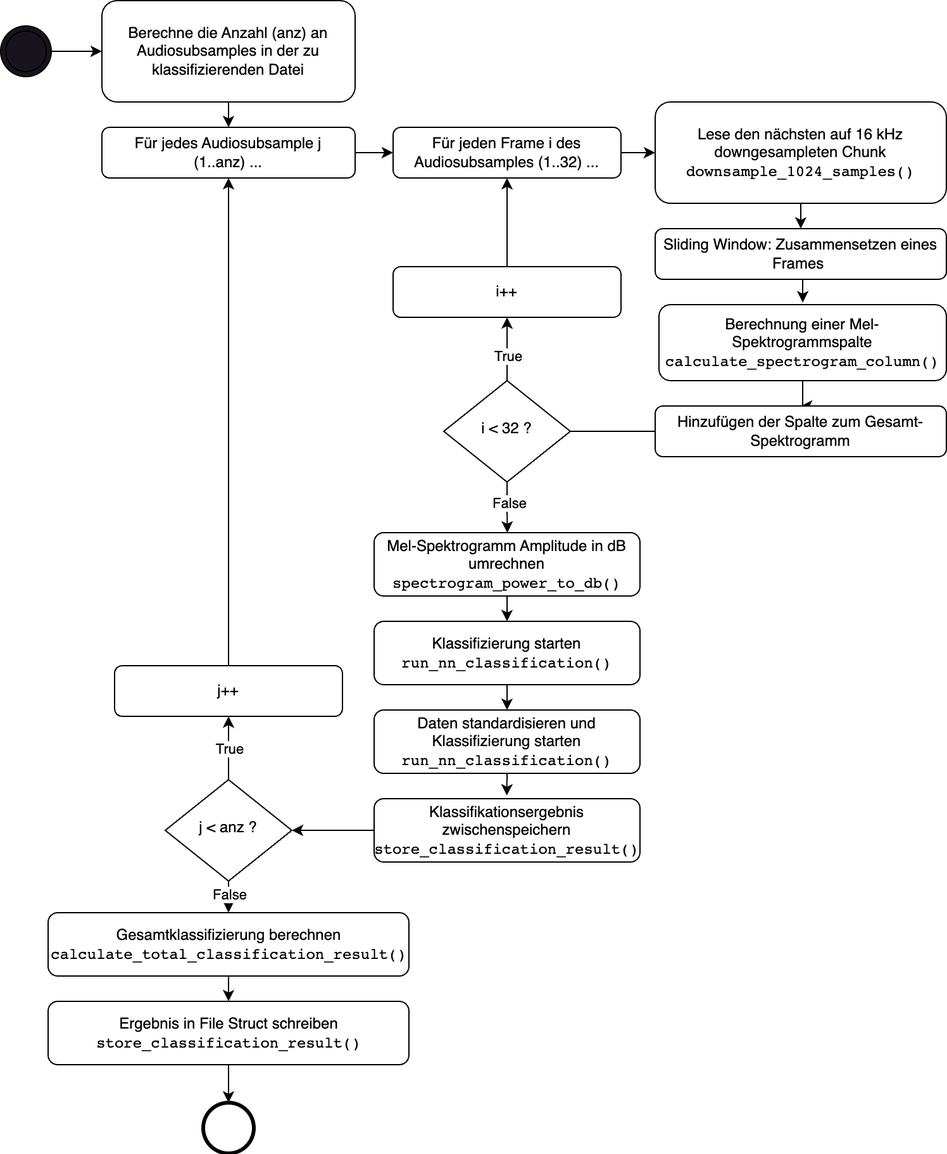
This is doc/tex/images/08_durchfuehrung/nn/ablauf_klassifizierung_c.png from Shimizip/Intelligent-Magic-Audio, a draw.io export, as it was before one commit. Source tidied: cells renumbered, new cells last; positions are measured from the earlier drawing's top-left corner, leaving out a move shared by most shapes.
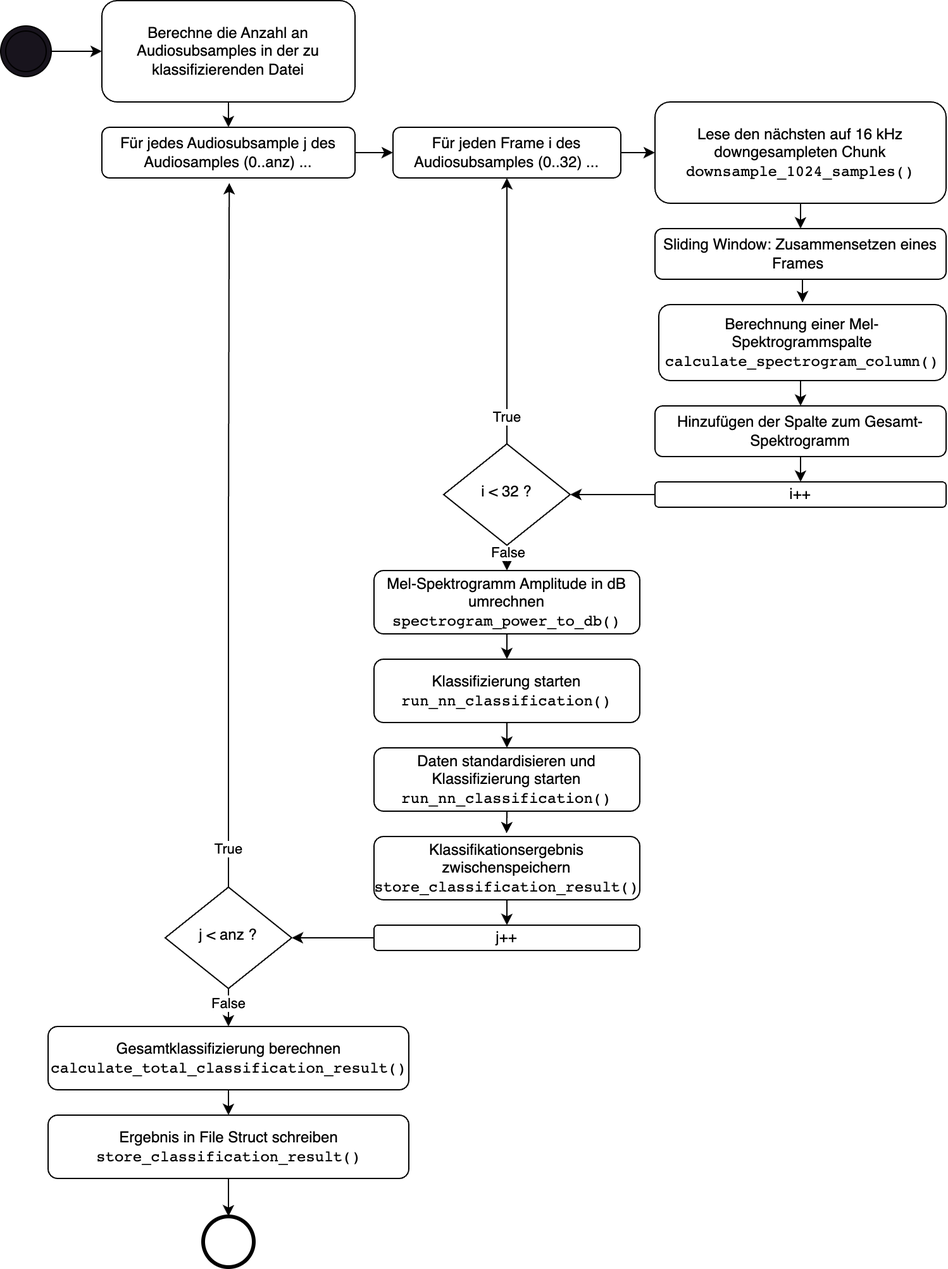
After the commit.

Commit message:
kleinere aenderungen und bild ausgetauscht

Diff of the diagram source:
```diff
@@ -20,16 +20,16 @@
     <mxCell id="7" style="edgeStyle=orthogonalEdgeStyle;rounded=0;jettySize=auto;html=1;exitX=0.5;exitY=1;exitDx=0;exitDy=0;entryX=0.5;entryY=0;entryDx=0;entryDy=0;" parent="1" edge="1" source="8" target="10">
       <mxGeometry relative="1" as="geometry" />
     </mxCell>
-    <mxCell id="8" value="Berechne die Anzahl (anz) an Audiosubsamples in der zu klassifizierenden Datei" style="rounded=1;whiteSpace=wrap;html=1;fontSize=12;glass=0;strokeWidth=1;shadow=0;" parent="1" vertex="1">
+    <mxCell id="8" value="Berechne die Anzahl an Audiosubsamples in der zu klassifizierenden Datei" style="rounded=1;whiteSpace=wrap;html=1;fontSize=12;glass=0;strokeWidth=1;shadow=0;" parent="1" vertex="1">
       <mxGeometry x="80" width="200" height="80" as="geometry" />
     </mxCell>
     <mxCell id="9" style="edgeStyle=orthogonalEdgeStyle;rounded=0;jettySize=auto;html=1;exitX=1;exitY=0.5;exitDx=0;exitDy=0;entryX=0;entryY=0.5;entryDx=0;entryDy=0;" parent="1" edge="1" source="10" target="14">
       <mxGeometry relative="1" as="geometry" />
     </mxCell>
-    <mxCell id="10" value="Für jedes Audiosubsample j&lt;br&gt;(1..anz) ..." style="rounded=1;whiteSpace=wrap;html=1;fontSize=12;glass=0;strokeWidth=1;shadow=0;" parent="1" vertex="1">
+    <mxCell id="10" value="Für jedes Audiosubsample j des Audiosamples (0..anz) ..." style="rounded=1;whiteSpace=wrap;html=1;fontSize=12;glass=0;strokeWidth=1;shadow=0;" parent="1" vertex="1">
       <mxGeometry x="80" y="100" width="200" height="40" as="geometry" />
     </mxCell>
-    <mxCell id="11" style="edgeStyle=orthogonalEdgeStyle;rounded=0;jettySize=auto;html=1;exitX=0.5;exitY=1;exitDx=0;exitDy=0;" parent="1" edge="1" source="12" target="15">
+    <mxCell id="11" style="edgeStyle=orthogonalEdgeStyle;rounded=0;jettySize=auto;html=1;exitX=0.5;exitY=1;exitDx=0;exitDy=0;entryX=0.5;entryY=0;entryDx=0;entryDy=0;" parent="1" edge="1" source="12" target="15">
       <mxGeometry relative="1" as="geometry" />
     </mxCell>
     <mxCell id="12" value="Berechnung einer Mel-Spektrogrammspalte&lt;br&gt;&lt;code style=&quot;caret-color: rgb(0, 0, 0); text-align: start;&quot;&gt;calculate_spectrogram_column()&lt;/code&gt;" style="rounded=1;whiteSpace=wrap;html=1;fontSize=12;glass=0;strokeWidth=1;shadow=0;" parent="1" vertex="1">
@@ -38,54 +38,49 @@
     <mxCell id="13" style="edgeStyle=orthogonalEdgeStyle;rounded=0;jettySize=auto;html=1;exitX=1;exitY=0.5;exitDx=0;exitDy=0;entryX=0;entryY=0.5;entryDx=0;entryDy=0;" parent="1" edge="1" source="14" target="5">
       <mxGeometry relative="1" as="geometry" />
     </mxCell>
-    <mxCell id="14" value="Für jeden Frame i des Audiosubsamples (1..32) ..." style="rounded=1;whiteSpace=wrap;html=1;fontSize=12;glass=0;strokeWidth=1;shadow=0;" parent="1" vertex="1">
+    <mxCell id="14" value="Für jeden Frame i des Audiosubsamples (0..32) ..." style="rounded=1;whiteSpace=wrap;html=1;fontSize=12;glass=0;strokeWidth=1;shadow=0;" parent="1" vertex="1">
       <mxGeometry x="310" y="100" width="180" height="40" as="geometry" />
     </mxCell>
+    <mxCell id="44" style="edgeStyle=orthogonalEdgeStyle;rounded=0;jettySize=auto;html=1;exitX=0.5;exitY=1;exitDx=0;exitDy=0;entryX=0.5;entryY=0;entryDx=0;entryDy=0;" parent="1" edge="1" source="15" target="41">
+      <mxGeometry relative="1" as="geometry" />
+    </mxCell>
     <mxCell id="15" value="Hinzufügen der Spalte zum Gesamt-Spektrogramm" style="rounded=1;whiteSpace=wrap;html=1;fontSize=12;glass=0;strokeWidth=1;shadow=0;" parent="1" vertex="1">
       <mxGeometry x="517" y="320" width="230" height="40" as="geometry" />
     </mxCell>
     <mxCell id="16" style="edgeStyle=orthogonalEdgeStyle;rounded=0;jettySize=auto;html=1;exitX=0.5;exitY=1;exitDx=0;exitDy=0;entryX=0.5;entryY=-0.028;entryDx=0;entryDy=0;entryPerimeter=0;" parent="1" edge="1" source="6" target="12">
       <mxGeometry relative="1" as="geometry" />
     </mxCell>
-    <mxCell id="17" style="edgeStyle=orthogonalEdgeStyle;rounded=0;jettySize=auto;html=1;exitX=0;exitY=0.5;exitDx=0;exitDy=0;entryX=0.5;entryY=1;entryDx=0;entryDy=0;" parent="1" edge="1" source="15" target="41">
+    <mxCell id="17" style="edgeStyle=orthogonalEdgeStyle;rounded=0;jettySize=auto;html=1;exitX=0.5;exitY=0;exitDx=0;exitDy=0;entryX=0.5;entryY=1;entryDx=0;entryDy=0;" parent="1" edge="1" source="21" target="14">
       <mxGeometry relative="1" as="geometry" />
     </mxCell>
     <mxCell id="18" value="True" style="edgeLabel;html=1;align=center;verticalAlign=middle;" parent="17" vertex="1">
       <mxGeometry x="0.31" y="2" relative="1" as="geometry">
-        <mxPoint x="2" y="-41" as="offset" />
+        <mxPoint x="2" y="117" as="offset" />
       </mxGeometry>
     </mxCell>
-    <mxCell id="19" style="edgeStyle=orthogonalEdgeStyle;rounded=0;jettySize=auto;html=1;exitX=0.5;exitY=1;exitDx=0;exitDy=0;" parent="1" edge="1" source="21">
-      <mxGeometry relative="1" as="geometry">
-        <mxPoint x="400.2" y="420" as="targetPoint" />
-      </mxGeometry>
-    </mxCell>
-    <mxCell id="20" value="False" style="edgeLabel;html=1;align=center;verticalAlign=middle;" parent="19" vertex="1">
-      <mxGeometry x="-0.21" y="1" relative="1" as="geometry" />
-    </mxCell>
-    <mxCell id="21" value="i &amp;lt; 32 ?" style="rhombus;whiteSpace=wrap;html=1;shadow=0;fontFamily=Helvetica;fontSize=12;align=center;strokeWidth=1;spacing=6;spacingTop=-4;" parent="1" vertex="1">
-      <mxGeometry x="350" y="300" width="100" height="80" as="geometry" />
-    </mxCell>
     <mxCell id="22" style="edgeStyle=orthogonalEdgeStyle;rounded=0;jettySize=auto;html=1;exitX=0.5;exitY=1;exitDx=0;exitDy=0;entryX=0.5;entryY=0;entryDx=0;entryDy=0;" parent="1" edge="1" source="23" target="25">
       <mxGeometry relative="1" as="geometry" />
     </mxCell>
     <mxCell id="23" value="Mel-Spektrogramm Amplitude in dB umrechnen&lt;br&gt;&lt;code style=&quot;caret-color: rgb(0, 0, 0); text-align: start;&quot;&gt;spectrogram_power_to_db()&lt;/code&gt;" style="rounded=1;whiteSpace=wrap;html=1;fontSize=12;glass=0;strokeWidth=1;shadow=0;" parent="1" vertex="1">
-      <mxGeometry x="295" y="420" width="210" height="50" as="geometry" />
+      <mxGeometry x="295" y="450" width="210" height="50" as="geometry" />
     </mxCell>
     <mxCell id="24" style="edgeStyle=orthogonalEdgeStyle;rounded=0;jettySize=auto;html=1;exitX=0.5;exitY=1;exitDx=0;exitDy=0;entryX=0.5;entryY=0;entryDx=0;entryDy=0;" parent="1" edge="1" source="25" target="26">
       <mxGeometry relative="1" as="geometry" />
     </mxCell>
     <mxCell id="25" value="Klassifizierung starten&lt;br&gt;&lt;code style=&quot;caret-color: rgb(0, 0, 0); text-align: start;&quot;&gt;run_nn_classification()&lt;/code&gt;" style="rounded=1;whiteSpace=wrap;html=1;fontSize=12;glass=0;strokeWidth=1;shadow=0;" parent="1" vertex="1">
-      <mxGeometry x="295" y="490" width="210" height="50" as="geometry" />
+      <mxGeometry x="295" y="520" width="210" height="50" as="geometry" />
     </mxCell>
     <mxCell id="26" value="Daten standardisieren und Klassifizierung starten&lt;br&gt;&lt;code style=&quot;caret-color: rgb(0, 0, 0); text-align: start;&quot;&gt;run_nn_classification()&lt;/code&gt;" style="rounded=1;whiteSpace=wrap;html=1;fontSize=12;glass=0;strokeWidth=1;shadow=0;" parent="1" vertex="1">
-      <mxGeometry x="295" y="560" width="210" height="50" as="geometry" />
+      <mxGeometry x="295" y="590" width="210" height="50" as="geometry" />
     </mxCell>
-    <mxCell id="27" style="edgeStyle=orthogonalEdgeStyle;rounded=0;jettySize=auto;html=1;exitX=0;exitY=0.5;exitDx=0;exitDy=0;entryX=1;entryY=0.5;entryDx=0;entryDy=0;" parent="1" edge="1" source="28" target="32">
+    <mxCell id="27" style="edgeStyle=orthogonalEdgeStyle;rounded=0;jettySize=auto;html=1;exitX=0;exitY=0.5;exitDx=0;exitDy=0;entryX=1;entryY=0.5;entryDx=0;entryDy=0;" parent="1" edge="1" source="43" target="32">
       <mxGeometry relative="1" as="geometry" />
     </mxCell>
+    <mxCell id="45" style="edgeStyle=orthogonalEdgeStyle;rounded=0;jettySize=auto;html=1;exitX=0.5;exitY=1;exitDx=0;exitDy=0;entryX=0.5;entryY=0;entryDx=0;entryDy=0;" parent="1" edge="1" source="28" target="43">
+      <mxGeometry relative="1" as="geometry" />
+    </mxCell>
     <mxCell id="28" value="Klassifikationsergebnis zwischenspeichern&lt;br&gt;&lt;code style=&quot;caret-color: rgb(0, 0, 0); text-align: start;&quot;&gt;store_classification_result()&lt;/code&gt;" style="rounded=1;whiteSpace=wrap;html=1;fontSize=12;glass=0;strokeWidth=1;shadow=0;" parent="1" vertex="1">
-      <mxGeometry x="295" y="630" width="210" height="50" as="geometry" />
+      <mxGeometry x="295" y="660" width="210" height="50" as="geometry" />
     </mxCell>
     <mxCell id="29" style="edgeStyle=orthogonalEdgeStyle;rounded=0;jettySize=auto;html=1;exitX=0.5;exitY=1;exitDx=0;exitDy=0;entryX=0.499;entryY=-0.049;entryDx=0;entryDy=0;entryPerimeter=0;" parent="1" edge="1" source="26" target="28">
       <mxGeometry relative="1" as="geometry" />
@@ -97,42 +92,48 @@
       <mxGeometry x="-0.23" relative="1" as="geometry" />
     </mxCell>
     <mxCell id="32" value="j &amp;lt; anz ?" style="rhombus;whiteSpace=wrap;html=1;shadow=0;fontFamily=Helvetica;fontSize=12;align=center;strokeWidth=1;spacing=6;spacingTop=-4;" parent="1" vertex="1">
-      <mxGeometry x="130" y="615" width="100" height="80" as="geometry" />
+      <mxGeometry x="130" y="700" width="100" height="80" as="geometry" />
     </mxCell>
-    <mxCell id="33" style="edgeStyle=orthogonalEdgeStyle;rounded=0;jettySize=auto;html=1;exitX=0.5;exitY=0;exitDx=0;exitDy=0;entryX=0.5;entryY=1;entryDx=0;entryDy=0;" parent="1" edge="1" source="32" target="43">
+    <mxCell id="33" style="edgeStyle=orthogonalEdgeStyle;rounded=0;jettySize=auto;html=1;exitX=0.5;exitY=0;exitDx=0;exitDy=0;entryX=0.503;entryY=1.1;entryDx=0;entryDy=0;entryPerimeter=0;" parent="1" edge="1" source="32" target="10">
       <mxGeometry relative="1" as="geometry" />
     </mxCell>
     <mxCell id="34" value="True" style="edgeLabel;html=1;align=center;verticalAlign=middle;" parent="33" vertex="1">
       <mxGeometry x="-0.75" relative="1" as="geometry">
-        <mxPoint y="-19" as="offset" />
+        <mxPoint y="40" as="offset" />
       </mxGeometry>
     </mxCell>
     <mxCell id="35" style="edgeStyle=orthogonalEdgeStyle;rounded=0;jettySize=auto;html=1;exitX=0.5;exitY=1;exitDx=0;exitDy=0;entryX=0.5;entryY=0;entryDx=0;entryDy=0;" parent="1" edge="1" source="36" target="37">
       <mxGeometry relative="1" as="geometry" />
     </mxCell>
     <mxCell id="36" value="Gesamtklassifizierung berechnen&lt;br&gt;&lt;code style=&quot;caret-color: rgb(0, 0, 0); text-align: start;&quot;&gt;calculate_total_classification_result()&lt;/code&gt;" style="rounded=1;whiteSpace=wrap;html=1;fontSize=12;glass=0;strokeWidth=1;shadow=0;" parent="1" vertex="1">
-      <mxGeometry x="37.5" y="720" width="285" height="50" as="geometry" />
+      <mxGeometry x="37.5" y="810" width="285" height="50" as="geometry" />
     </mxCell>
     <mxCell id="37" value="Ergebnis in File Struct schreiben&lt;br&gt;&lt;code style=&quot;caret-color: rgb(0, 0, 0); text-align: start;&quot;&gt;store_classification_result()&lt;/code&gt;" style="rounded=1;whiteSpace=wrap;html=1;fontSize=12;glass=0;strokeWidth=1;shadow=0;" parent="1" vertex="1">
-      <mxGeometry x="37.5" y="790" width="285" height="50" as="geometry" />
+      <mxGeometry x="37.5" y="880" width="285" height="50" as="geometry" />
     </mxCell>
     <mxCell id="38" style="points=[[0.145,0.145,0],[0.5,0,0],[0.855,0.145,0],[1,0.5,0],[0.855,0.855,0],[0.5,1,0],[0.145,0.855,0],[0,0.5,0]];shape=mxgraph.bpmn.event;html=1;verticalLabelPosition=bottom;labelBackgroundColor=#ffffff;verticalAlign=top;align=center;perimeter=ellipsePerimeter;outlineConnect=0;outline=end;symbol=terminate2;" parent="1" vertex="1">
-      <mxGeometry x="160" y="870" width="40" height="40" as="geometry" />
+      <mxGeometry x="160" y="960" width="40" height="40" as="geometry" />
     </mxCell>
     <mxCell id="39" style="edgeStyle=orthogonalEdgeStyle;rounded=0;jettySize=auto;html=1;exitX=0.5;exitY=1;exitDx=0;exitDy=0;entryX=0.5;entryY=0;entryDx=0;entryDy=0;entryPerimeter=0;" parent="1" edge="1" source="37" target="38">
       <mxGeometry relative="1" as="geometry" />
     </mxCell>
-    <mxCell id="40" style="edgeStyle=orthogonalEdgeStyle;rounded=0;jettySize=auto;html=1;exitX=0.5;exitY=0;exitDx=0;exitDy=0;entryX=0.5;entryY=1;entryDx=0;entryDy=0;" parent="1" edge="1" source="41" target="14">
-      <mxGeometry relative="1" as="geometry" />
-    </mxCell>
+    <mxCell id="46" style="edgeStyle=orthogonalEdgeStyle;rounded=0;jettySize=auto;html=1;exitX=0;exitY=0.5;exitDx=0;exitDy=0;entryX=1;entryY=0.5;entryDx=0;entryDy=0;" parent="1" edge="1" source="41" target="21">
+      <mxGeometry relative="1" as="geometry" />
+    </mxCell>
     <mxCell id="41" value="i++" style="rounded=1;whiteSpace=wrap;html=1;fontSize=12;glass=0;strokeWidth=1;shadow=0;" parent="1" vertex="1">
-      <mxGeometry x="310" y="210" width="180" height="40" as="geometry" />
+      <mxGeometry x="517" y="380" width="230" height="20" as="geometry" />
     </mxCell>
-    <mxCell id="42" style="edgeStyle=orthogonalEdgeStyle;rounded=0;jettySize=auto;html=1;exitX=0.5;exitY=0;exitDx=0;exitDy=0;entryX=0.5;entryY=1;entryDx=0;entryDy=0;" parent="1" edge="1" source="43" target="10">
-      <mxGeometry relative="1" as="geometry" />
-    </mxCell>
+    <mxCell id="47" style="edgeStyle=orthogonalEdgeStyle;rounded=0;jettySize=auto;html=1;exitX=0.5;exitY=1;exitDx=0;exitDy=0;entryX=0.5;entryY=0;entryDx=0;entryDy=0;" parent="1" edge="1" source="21" target="23">
+      <mxGeometry relative="1" as="geometry" />
+    </mxCell>
+    <mxCell id="20" value="False" style="edgeLabel;html=1;align=center;verticalAlign=middle;" parent="47" vertex="1">
+      <mxGeometry x="-0.38" y="1" relative="1" as="geometry" />
+    </mxCell>
+    <mxCell id="21" value="i &amp;lt; 32 ?" style="rhombus;whiteSpace=wrap;html=1;shadow=0;fontFamily=Helvetica;fontSize=12;align=center;strokeWidth=1;spacing=6;spacingTop=-4;" parent="1" vertex="1">
+      <mxGeometry x="350" y="350" width="100" height="80" as="geometry" />
+    </mxCell>
     <mxCell id="43" value="j++" style="rounded=1;whiteSpace=wrap;html=1;fontSize=12;glass=0;strokeWidth=1;shadow=0;" parent="1" vertex="1">
-      <mxGeometry x="90" y="525" width="180" height="40" as="geometry" />
+      <mxGeometry x="295" y="730" width="210" height="20" as="geometry" />
     </mxCell>
   </root>
 </mxGraphModel>
```
